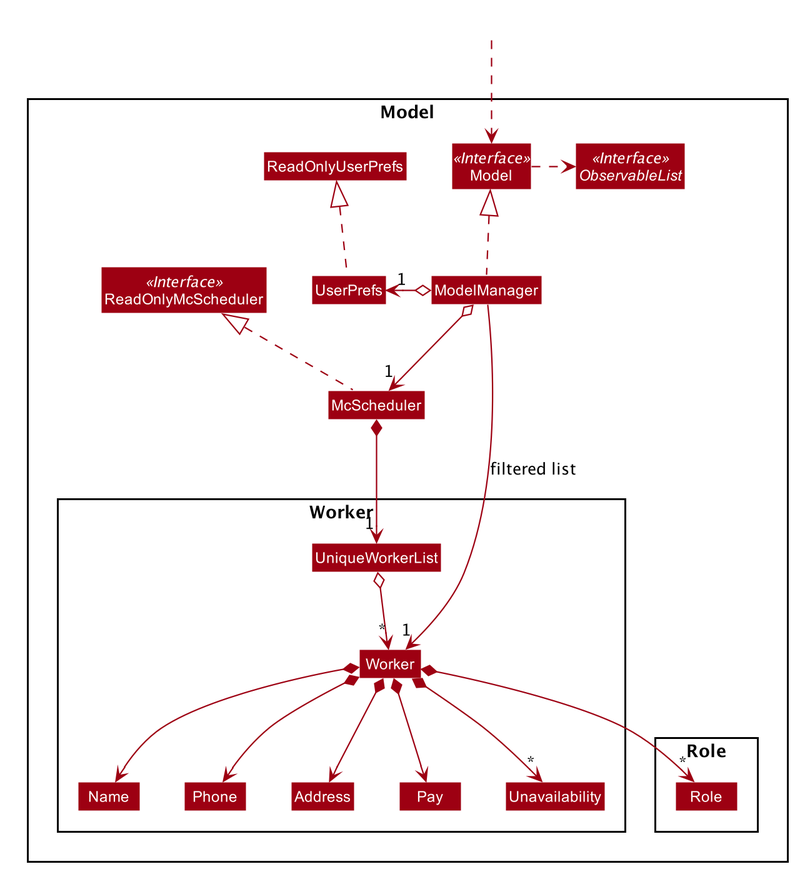
Before: docs/images/ModelClassDiagram.png, a diagram exported from PlantUML (wakululuu/tp).
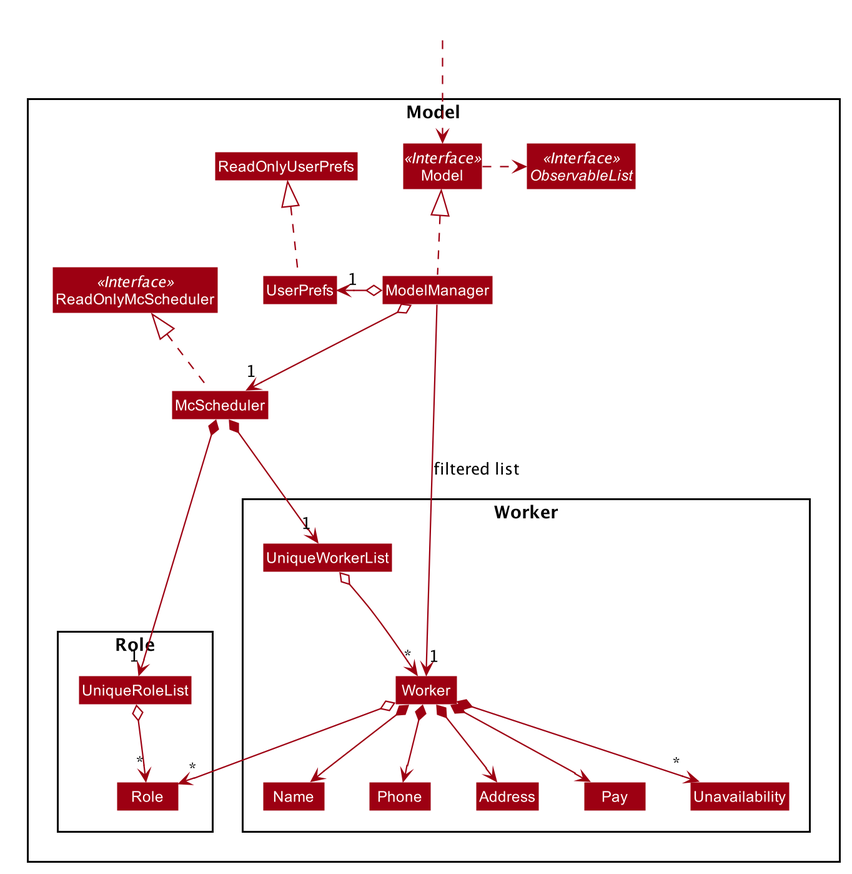
After the change.

Commit message:
Update pictures for class diagrams

Change to the diagram source:
```diff
@@ -76,6 +76,7 @@
 
 Package Role {
 Class Role
+Class UniqueRoleList
 }
 }
 
@@ -91,13 +92,15 @@
 UserPrefs .up.|> ReadOnlyUserPrefs
 
 McScheduler *--> "1" UniqueWorkerList
+McScheduler *--> "1" UniqueRoleList
 UniqueWorkerList o--> "*" Worker
 Worker *--> Name
 Worker *--> Phone
 Worker *--> Pay
 Worker *--> Address
 Worker *--> "*" Unavailability
-Worker *--> "*" Role
+Worker o--> "*" Role
+UniqueRoleList o--> "*" Role
 
 Name -[hidden]right-> Phone
 Phone -[hidden]right-> Address
```
